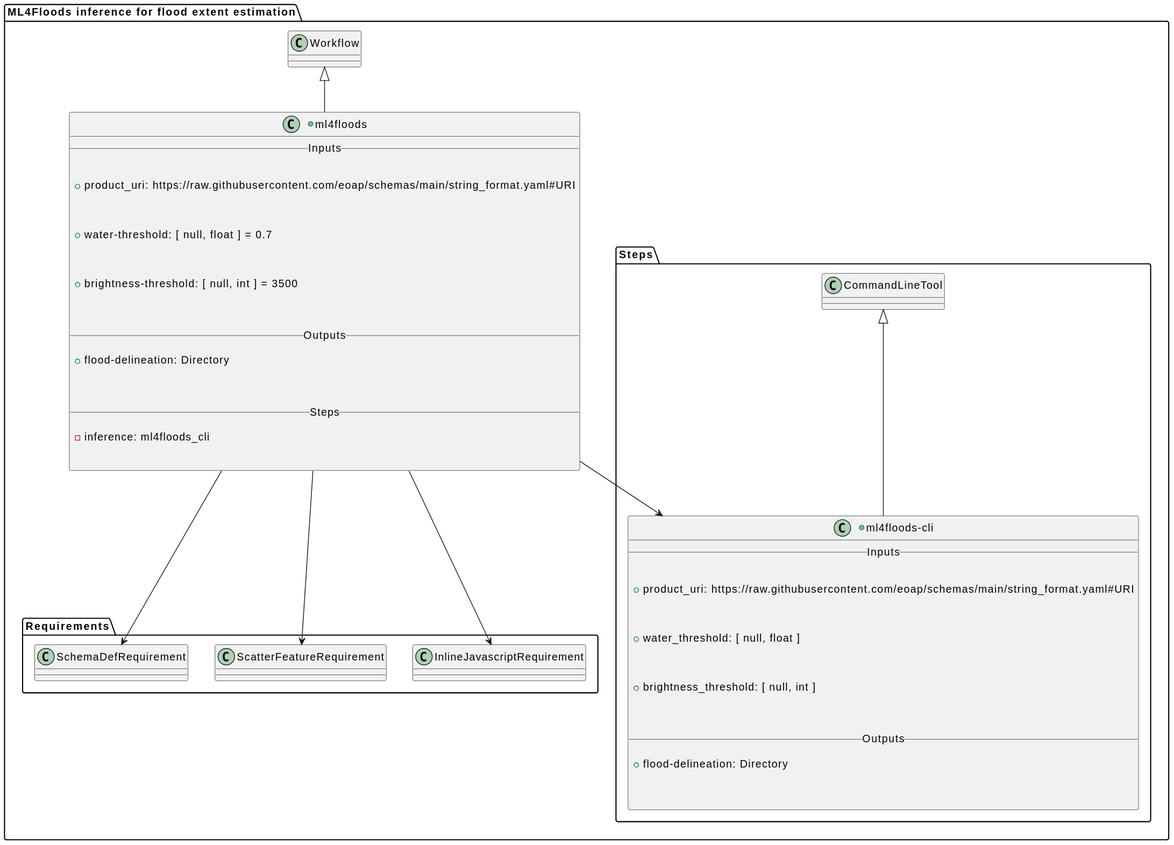
The PlantUML diagram docs/ml4floods/class.svg in eoap/app-ml4floods, before a commit.
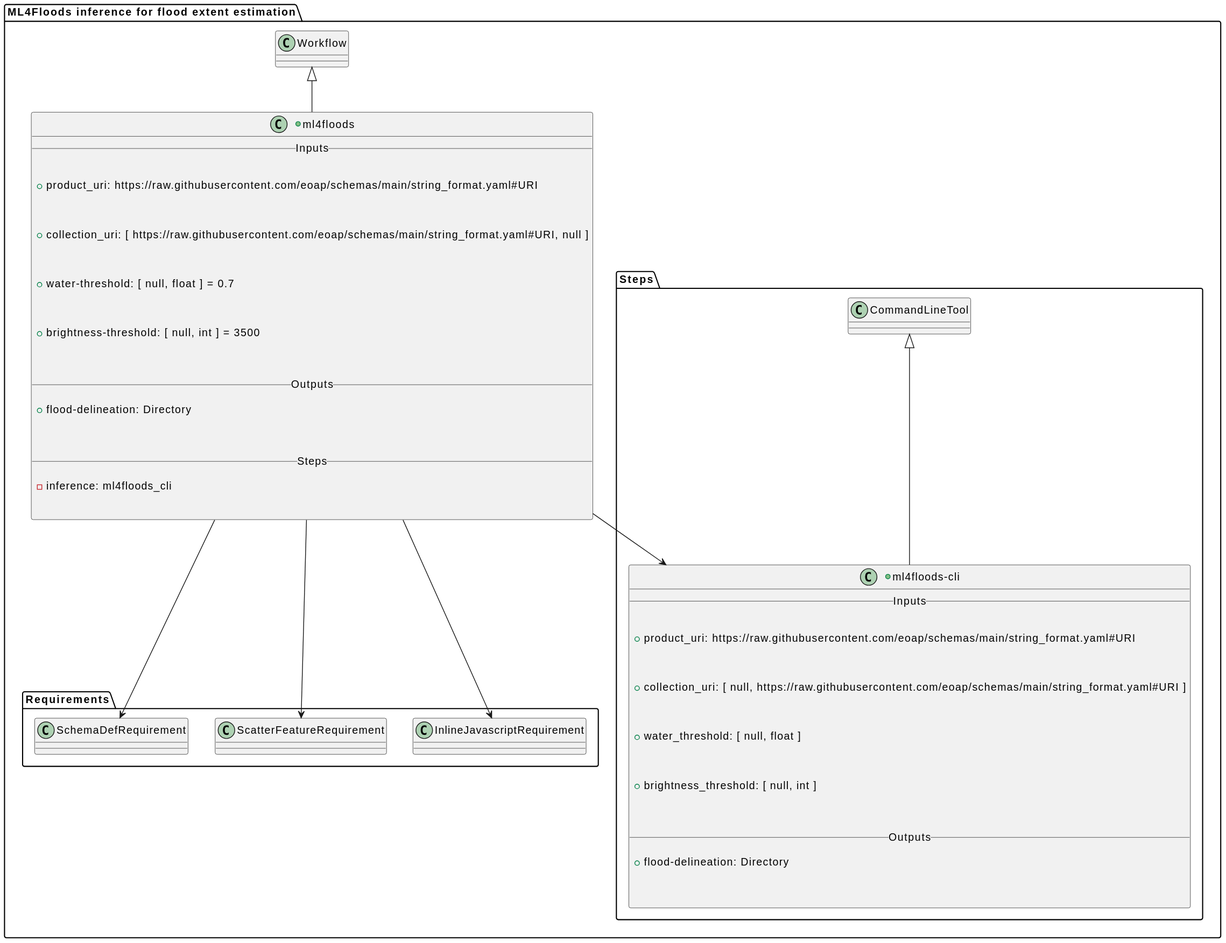
The same diagram one commit later.

Commit message:
adds collection uri

Diff of the diagram source:
```diff
@@ -14,6 +14,10 @@
 
 
         + product_uri: https://raw.githubusercontent.com/eoap/schemas/main/string_format.yaml#URI
+
+
+
+        + collection_uri: [ https://raw.githubusercontent.com/eoap/schemas/main/string_format.yaml#URI, null ]
 
 
 
@@ -47,6 +51,8 @@
 
 
 
+
+
     package "Steps" {
 
 
@@ -58,6 +64,10 @@
 
 
         + product_uri: https://raw.githubusercontent.com/eoap/schemas/main/string_format.yaml#URI
+
+
+
+        + collection_uri: [ null, https://raw.githubusercontent.com/eoap/schemas/main/string_format.yaml#URI ]
 
 
 
@@ -76,6 +86,8 @@
 
 
     }
+
+
 
 
 
```
